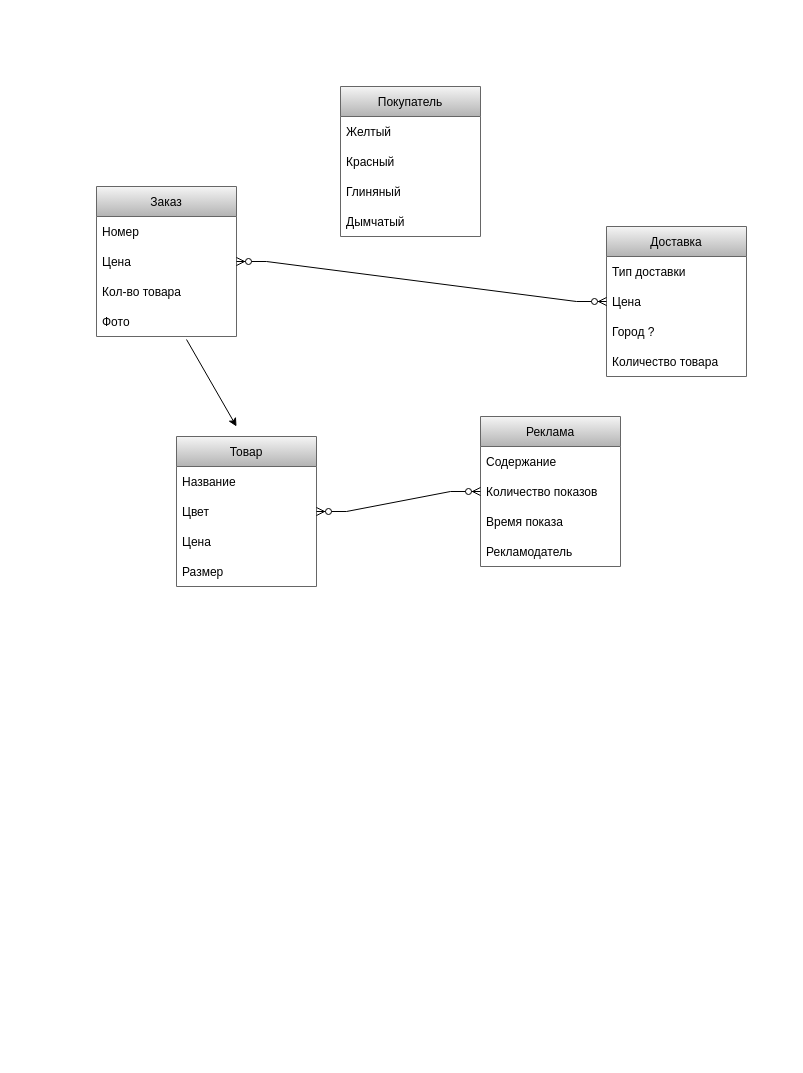
pathetic01/sql keeps this draw.io diagram as Диаграмма без названия.drawio. Above is the earlier version. Source tidied: cells renumbered, new cells numbered last; positions are measured from the earlier drawing's top-left corner, leaving out a move shared by most shapes. Both pictures are drawn from the tidied source at 100%, with x=0, y=0 at pixel (96, 86).
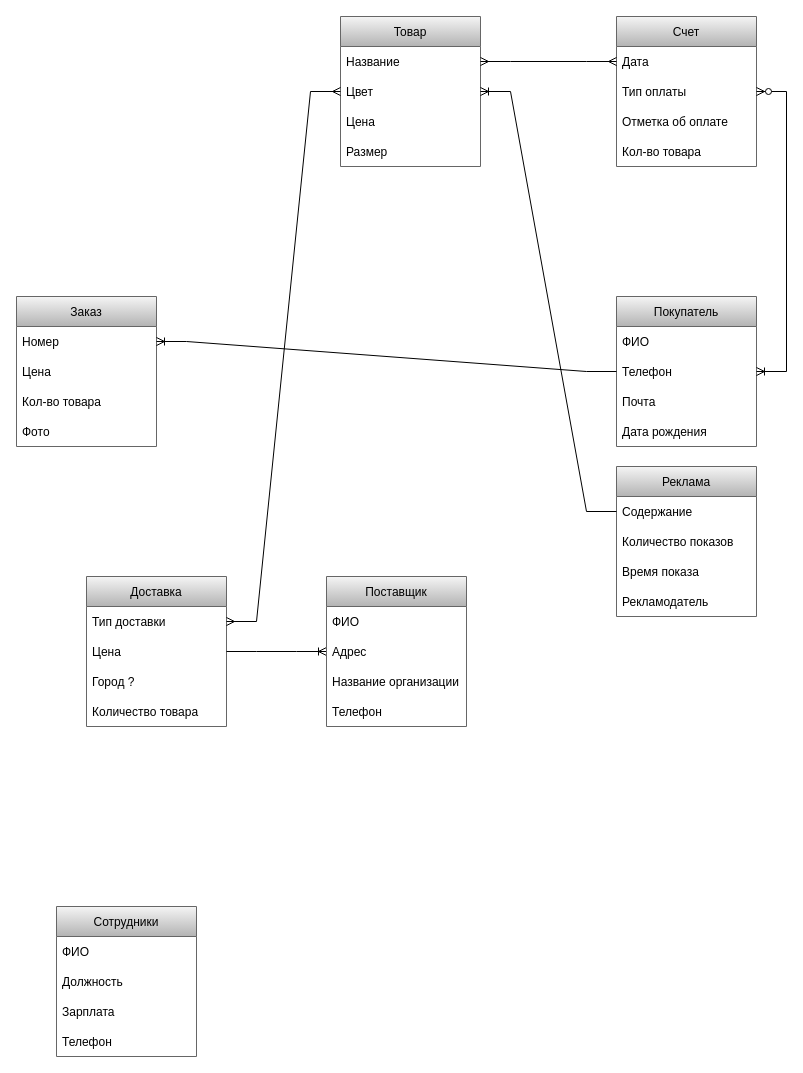
The same page after the edit.

The change refers to these unchanged cells:
```xml
<mxCell id="8" value="Номер" style="text;strokeColor=none;fillColor=none;align=left;verticalAlign=middle;spacingLeft=4;spacingRight=4;overflow=hidden;points=[[0,0.5],[1,0.5]];portConstraint=eastwest;" parent="7" vertex="1">
  <mxGeometry y="30" width="140" height="30" as="geometry" />
</mxCell>
<mxCell id="9" value="Цена" style="text;strokeColor=none;fillColor=none;align=left;verticalAlign=middle;spacingLeft=4;spacingRight=4;overflow=hidden;points=[[0,0.5],[1,0.5]];portConstraint=eastwest;" parent="7" vertex="1">
  <mxGeometry y="60" width="140" height="30" as="geometry" />
</mxCell>
<mxCell id="11" value="Фото" style="text;strokeColor=none;fillColor=none;align=left;verticalAlign=middle;spacingLeft=4;spacingRight=4;overflow=hidden;points=[[0,0.5],[1,0.5]];portConstraint=eastwest;" parent="7" vertex="1">
  <mxGeometry y="120" width="140" height="30" as="geometry" />
</mxCell>
<mxCell id="13" value="Тип доставки" style="text;strokeColor=none;fillColor=none;align=left;verticalAlign=middle;spacingLeft=4;spacingRight=4;overflow=hidden;points=[[0,0.5],[1,0.5]];portConstraint=eastwest;" parent="12" vertex="1">
  <mxGeometry y="30" width="140" height="30" as="geometry" />
</mxCell>
<mxCell id="14" value="Цена" style="text;strokeColor=none;fillColor=none;align=left;verticalAlign=middle;spacingLeft=4;spacingRight=4;overflow=hidden;points=[[0,0.5],[1,0.5]];portConstraint=eastwest;" parent="12" vertex="1">
  <mxGeometry y="60" width="140" height="30" as="geometry" />
</mxCell>
<mxCell id="18" value="Название" style="text;strokeColor=none;fillColor=none;align=left;verticalAlign=middle;spacingLeft=4;spacingRight=4;overflow=hidden;points=[[0,0.5],[1,0.5]];portConstraint=eastwest;" parent="17" vertex="1">
  <mxGeometry y="30" width="140" height="30" as="geometry" />
</mxCell>
<mxCell id="19" value="Цвет" style="text;strokeColor=none;fillColor=none;align=left;verticalAlign=middle;spacingLeft=4;spacingRight=4;overflow=hidden;points=[[0,0.5],[1,0.5]];portConstraint=eastwest;" parent="17" vertex="1">
  <mxGeometry y="60" width="140" height="30" as="geometry" />
</mxCell>
<mxCell id="23" value="Содержание" style="text;strokeColor=none;fillColor=none;align=left;verticalAlign=middle;spacingLeft=4;spacingRight=4;overflow=hidden;points=[[0,0.5],[1,0.5]];portConstraint=eastwest;" parent="22" vertex="1">
  <mxGeometry y="30" width="140" height="30" as="geometry" />
</mxCell>
<mxCell id="24" value="Количество показов" style="text;strokeColor=none;fillColor=none;align=left;verticalAlign=middle;spacingLeft=4;spacingRight=4;overflow=hidden;points=[[0,0.5],[1,0.5]];portConstraint=eastwest;" parent="22" vertex="1">
  <mxGeometry y="60" width="140" height="30" as="geometry" />
</mxCell>
```

Change to the diagram source:
```diff
@@
     <mxCell id="2" value="Покупатель" style="swimlane;fontStyle=0;horizontal=1;startSize=30;fillColor=#f5f5f5;gradientColor=#b3b3b3;strokeColor=#666666;" parent="1" vertex="1">
-      <mxGeometry x="244" width="140" height="150" as="geometry" />
+      <mxGeometry x="520" y="210" width="140" height="150" as="geometry" />
     </mxCell>
-    <mxCell id="3" value="Желтый" style="text;strokeColor=none;fillColor=none;align=left;verticalAlign=middle;spacingLeft=4;spacingRight=4;overflow=hidden;" parent="2" vertex="1">
+    <mxCell id="3" value="ФИО" style="text;strokeColor=none;fillColor=none;align=left;verticalAlign=middle;spacingLeft=4;spacingRight=4;overflow=hidden;" parent="2" vertex="1">
       <mxGeometry y="30" width="140" height="30" as="geometry" />
     </mxCell>
-    <mxCell id="4" value="Красный" style="text;strokeColor=none;fillColor=none;align=left;verticalAlign=middle;spacingLeft=4;spacingRight=4;overflow=hidden;points=[[0,0.5],[1,0.5]];portConstraint=eastwest;" parent="2" vertex="1">
+    <mxCell id="4" value="Телефон" style="text;strokeColor=none;fillColor=none;align=left;verticalAlign=middle;spacingLeft=4;spacingRight=4;overflow=hidden;points=[[0,0.5],[1,0.5]];portConstraint=eastwest;" parent="2" vertex="1">
       <mxGeometry y="60" width="140" height="30" as="geometry" />
     </mxCell>
-    <mxCell id="5" value="Глиняный " style="text;strokeColor=none;fillColor=none;align=left;verticalAlign=middle;spacingLeft=4;spacingRight=4;overflow=hidden;" parent="2" vertex="1">
+    <mxCell id="5" value="Почта" style="text;strokeColor=none;fillColor=none;align=left;verticalAlign=middle;spacingLeft=4;spacingRight=4;overflow=hidden;" parent="2" vertex="1">
       <mxGeometry y="90" width="140" height="30" as="geometry" />
     </mxCell>
-    <mxCell id="6" value="Дымчатый" style="text;strokeColor=none;fillColor=none;align=left;verticalAlign=middle;spacingLeft=4;spacingRight=4;overflow=hidden;" parent="2" vertex="1">
+    <mxCell id="6" value="Дата рождения" style="text;strokeColor=none;fillColor=none;align=left;verticalAlign=middle;spacingLeft=4;spacingRight=4;overflow=hidden;" parent="2" vertex="1">
       <mxGeometry y="120" width="140" height="30" as="geometry" />
     </mxCell>
     <mxCell id="7" value="Заказ" style="swimlane;fontStyle=0;horizontal=1;startSize=30;fillColor=#f5f5f5;strokeColor=#666666;gradientColor=#b3b3b3;" parent="1" vertex="1">
-      <mxGeometry y="100" width="140" height="150" as="geometry" />
+      <mxGeometry x="-80" y="210" width="140" height="150" as="geometry" />
     </mxCell>
@@
     <mxCell id="12" value="Доставка" style="swimlane;fontStyle=0;horizontal=1;startSize=30;fillColor=#f5f5f5;gradientColor=#b3b3b3;strokeColor=#666666;" parent="1" vertex="1">
-      <mxGeometry x="510" y="140" width="140" height="150" as="geometry" />
+      <mxGeometry x="-10" y="490" width="140" height="150" as="geometry" />
     </mxCell>
@@
     <mxCell id="17" value="Товар" style="swimlane;fontStyle=0;horizontal=1;startSize=30;fillColor=#f5f5f5;gradientColor=#b3b3b3;strokeColor=#666666;" parent="1" vertex="1">
-      <mxGeometry x="80" y="350" width="140" height="150" as="geometry" />
+      <mxGeometry x="244" y="-70" width="140" height="150" as="geometry" />
     </mxCell>
@@
     <mxCell id="22" value="Реклама" style="swimlane;fontStyle=0;horizontal=1;startSize=30;fillColor=#f5f5f5;gradientColor=#b3b3b3;strokeColor=#666666;" parent="1" vertex="1">
-      <mxGeometry x="384" y="330" width="140" height="150" as="geometry" />
+      <mxGeometry x="520" y="380" width="140" height="150" as="geometry" />
     </mxCell>
@@
-    <mxCell id="27" style="edgeStyle=entityRelationEdgeStyle;fontSize=12;html=1;endArrow=ERzeroToMany;endFill=1;startArrow=ERzeroToMany;rounded=0;exitX=1;exitY=0.5;exitDx=0;exitDy=0;entryX=0;entryY=0.5;entryDx=0;entryDy=0;" parent="1" edge="1" source="9" target="14">
-      <mxGeometry relative="1" as="geometry" />
-    </mxCell>
-    <mxCell id="28" style="edgeStyle=entityRelationEdgeStyle;fontSize=12;html=1;endArrow=ERzeroToMany;endFill=1;startArrow=ERzeroToMany;rounded=0;exitX=1;exitY=0.5;exitDx=0;exitDy=0;entryX=0;entryY=0.5;entryDx=0;entryDy=0;" parent="1" edge="1" source="19" target="24">
-      <mxGeometry relative="1" as="geometry" />
-    </mxCell>
-    <mxCell id="29" style="endArrow=classic;html=1;rounded=0;exitX=0.643;exitY=1.1;exitDx=0;exitDy=0;exitPerimeter=0;" parent="1" edge="1" source="11">
-      <mxGeometry relative="1" as="geometry">
-        <mxPoint x="140" y="340" as="targetPoint" />
-      </mxGeometry>
-    </mxCell>
+    <mxCell id="30" value="Счет" style="swimlane;fontStyle=0;horizontal=1;startSize=30;fillColor=#f5f5f5;gradientColor=#b3b3b3;strokeColor=#666666;" parent="1" vertex="1">
+      <mxGeometry x="520" y="-70" width="140" height="150" as="geometry" />
+    </mxCell>
+    <mxCell id="31" value="Дата" style="text;strokeColor=none;fillColor=none;align=left;verticalAlign=middle;spacingLeft=4;spacingRight=4;overflow=hidden;points=[[0,0.5],[1,0.5]];portConstraint=eastwest;" parent="30" vertex="1">
+      <mxGeometry y="30" width="140" height="30" as="geometry" />
+    </mxCell>
+    <mxCell id="32" value="Тип оплаты" style="text;strokeColor=none;fillColor=none;align=left;verticalAlign=middle;spacingLeft=4;spacingRight=4;overflow=hidden;points=[[0,0.5],[1,0.5]];portConstraint=eastwest;" parent="30" vertex="1">
+      <mxGeometry y="60" width="140" height="30" as="geometry" />
+    </mxCell>
+    <mxCell id="33" value="Отметка об оплате" style="text;strokeColor=none;fillColor=none;align=left;verticalAlign=middle;spacingLeft=4;spacingRight=4;overflow=hidden;" parent="30" vertex="1">
+      <mxGeometry y="90" width="140" height="30" as="geometry" />
+    </mxCell>
+    <mxCell id="34" value="Кол-во товара" style="text;strokeColor=none;fillColor=none;align=left;verticalAlign=middle;spacingLeft=4;spacingRight=4;overflow=hidden;" parent="30" vertex="1">
+      <mxGeometry y="120" width="140" height="30" as="geometry" />
+    </mxCell>
+    <mxCell id="35" value="Сотрудники" style="swimlane;fontStyle=0;horizontal=1;startSize=30;fillColor=#f5f5f5;gradientColor=#b3b3b3;strokeColor=#666666;" parent="1" vertex="1">
+      <mxGeometry x="-40" y="820" width="140" height="150" as="geometry" />
+    </mxCell>
+    <mxCell id="36" value="ФИО" style="text;strokeColor=none;fillColor=none;align=left;verticalAlign=middle;spacingLeft=4;spacingRight=4;overflow=hidden;" parent="35" vertex="1">
+      <mxGeometry y="30" width="140" height="30" as="geometry" />
+    </mxCell>
+    <mxCell id="37" value="Должность" style="text;strokeColor=none;fillColor=none;align=left;verticalAlign=middle;spacingLeft=4;spacingRight=4;overflow=hidden;" parent="35" vertex="1">
+      <mxGeometry y="60" width="140" height="30" as="geometry" />
+    </mxCell>
+    <mxCell id="38" value="Зарплата" style="text;strokeColor=none;fillColor=none;align=left;verticalAlign=middle;spacingLeft=4;spacingRight=4;overflow=hidden;" parent="35" vertex="1">
+      <mxGeometry y="90" width="140" height="30" as="geometry" />
+    </mxCell>
+    <mxCell id="39" value="Телефон" style="text;strokeColor=none;fillColor=none;align=left;verticalAlign=middle;spacingLeft=4;spacingRight=4;overflow=hidden;" parent="35" vertex="1">
+      <mxGeometry y="120" width="140" height="30" as="geometry" />
+    </mxCell>
+    <mxCell id="40" style="edgeStyle=entityRelationEdgeStyle;fontSize=12;html=1;endArrow=ERoneToMany;rounded=0;entryX=1;entryY=0.5;entryDx=0;entryDy=0;exitX=0;exitY=0.5;exitDx=0;exitDy=0;" parent="1" edge="1" source="4" target="8">
+      <mxGeometry relative="1" as="geometry" />
+    </mxCell>
+    <mxCell id="41" style="edgeStyle=entityRelationEdgeStyle;fontSize=12;html=1;endArrow=ERoneToMany;rounded=0;entryX=1;entryY=0.5;entryDx=0;entryDy=0;exitX=0;exitY=0.5;exitDx=0;exitDy=0;" parent="1" edge="1" source="23" target="19">
+      <mxGeometry relative="1" as="geometry" />
+    </mxCell>
+    <mxCell id="42" style="edgeStyle=entityRelationEdgeStyle;fontSize=12;html=1;endArrow=ERmany;startArrow=ERmany;rounded=0;entryX=1;entryY=0.5;entryDx=0;entryDy=0;exitX=0;exitY=0.5;exitDx=0;exitDy=0;" parent="1" edge="1" source="19" target="13">
+      <mxGeometry relative="1" as="geometry" />
+    </mxCell>
+    <mxCell id="43" style="edgeStyle=entityRelationEdgeStyle;fontSize=12;html=1;endArrow=ERoneToMany;rounded=0;exitX=1;exitY=0.5;exitDx=0;exitDy=0;entryX=0;entryY=0.5;entryDx=0;entryDy=0;" parent="1" edge="1" source="14" target="46">
+      <mxGeometry relative="1" as="geometry" />
+    </mxCell>
+    <mxCell id="44" value="Поставщик" style="swimlane;fontStyle=0;horizontal=1;startSize=30;fillColor=#f5f5f5;gradientColor=#b3b3b3;strokeColor=#666666;" parent="1" vertex="1">
+      <mxGeometry x="230" y="490" width="140" height="150" as="geometry" />
+    </mxCell>
+    <mxCell id="45" value="ФИО" style="text;strokeColor=none;fillColor=none;align=left;verticalAlign=middle;spacingLeft=4;spacingRight=4;overflow=hidden;" parent="44" vertex="1">
+      <mxGeometry y="30" width="140" height="30" as="geometry" />
+    </mxCell>
+    <mxCell id="46" value="Адрес" style="text;strokeColor=none;fillColor=none;align=left;verticalAlign=middle;spacingLeft=4;spacingRight=4;overflow=hidden;points=[[0,0.5],[1,0.5]];portConstraint=eastwest;" parent="44" vertex="1">
+      <mxGeometry y="60" width="140" height="30" as="geometry" />
+    </mxCell>
+    <mxCell id="47" value="Название организации" style="text;strokeColor=none;fillColor=none;align=left;verticalAlign=middle;spacingLeft=4;spacingRight=4;overflow=hidden;" parent="44" vertex="1">
+      <mxGeometry y="90" width="140" height="30" as="geometry" />
+    </mxCell>
+    <mxCell id="48" value="Телефон" style="text;strokeColor=none;fillColor=none;align=left;verticalAlign=middle;spacingLeft=4;spacingRight=4;overflow=hidden;" parent="44" vertex="1">
+      <mxGeometry y="120" width="140" height="30" as="geometry" />
+    </mxCell>
+    <mxCell id="49" style="edgeStyle=entityRelationEdgeStyle;fontSize=12;html=1;endArrow=ERmany;startArrow=ERmany;rounded=0;entryX=1;entryY=0.5;entryDx=0;entryDy=0;exitX=0;exitY=0.5;exitDx=0;exitDy=0;" parent="1" edge="1" source="31" target="18">
+      <mxGeometry relative="1" as="geometry" />
+    </mxCell>
+    <mxCell id="50" style="edgeStyle=entityRelationEdgeStyle;fontSize=12;html=1;endArrow=ERoneToMany;startArrow=ERzeroToMany;rounded=0;exitX=1;exitY=0.5;exitDx=0;exitDy=0;entryX=1;entryY=0.5;entryDx=0;entryDy=0;" parent="1" edge="1" source="32" target="4">
+      <mxGeometry relative="1" as="geometry" />
+    </mxCell>
```
